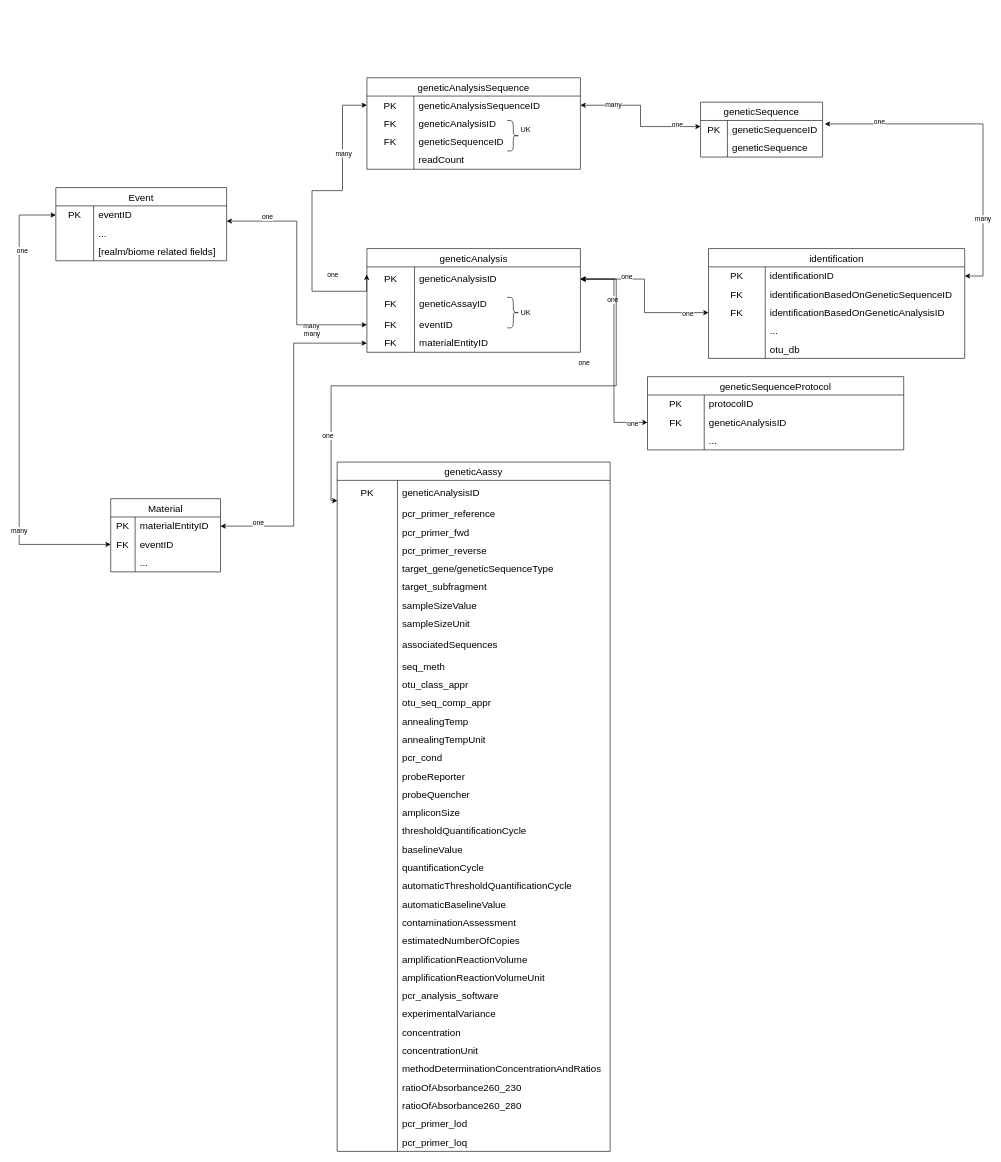
This is Unavngivet diagram.drawio from thomasstjerne/seq-data-model, a draw.io file, before an edit. Source tidied: cells renumbered, new cells numbered last; positions are measured from the earlier drawing's top-left corner, leaving out a move shared by most shapes. Both pictures are drawn from the tidied source at 61%, with x=0, y=0 at pixel (19, 10).
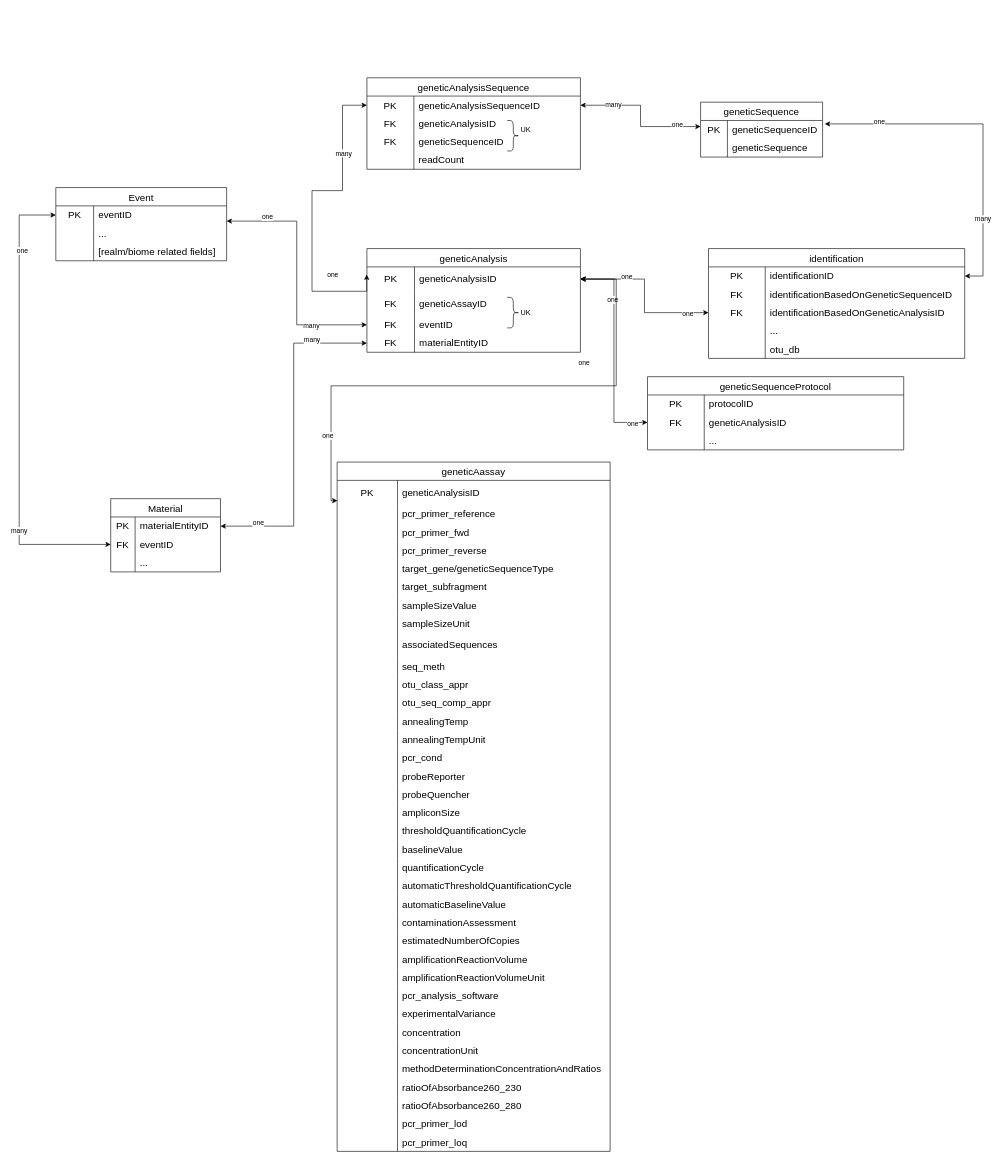
The same page after the edit.

Unchanged cells that the change refers to:
```xml
<mxCell id="11" style="endArrow=classic;startArrow=classic;html=1;rounded=0;entryX=1;entryY=0.5;entryDx=0;entryDy=0;edgeStyle=orthogonalEdgeStyle;exitX=0;exitY=0.5;exitDx=0;exitDy=0;" parent="1" edge="1" source="63" target="80">
  <mxGeometry relative="1" as="geometry" />
</mxCell>
```

The edit, as a diff of the source:
```diff
@@
     <mxCell id="12" value="many" style="edgeLabel;html=1;align=center;verticalAlign=middle;" parent="11" vertex="1">
       <mxGeometry x="-0.54" y="1" relative="1" as="geometry">
-        <mxPoint x="28" y="-20" as="offset" />
+        <mxPoint x="28" y="-10" as="offset" />
       </mxGeometry>
     </mxCell>
@@
-    <mxCell id="107" value="geneticAassy" style="shape=table;startSize=30;childLayout=tableLayout;rowLines=0;fontStyle=0;strokeColor=default;fontSize=16;" parent="1" vertex="1">
+    <mxCell id="107" value="geneticAassay" style="shape=table;startSize=30;childLayout=tableLayout;rowLines=0;fontStyle=0;strokeColor=default;fontSize=16;" parent="1" vertex="1">
       <mxGeometry x="521.2" y="740" width="447.5" height="1130" as="geometry" />
     </mxCell>
```
